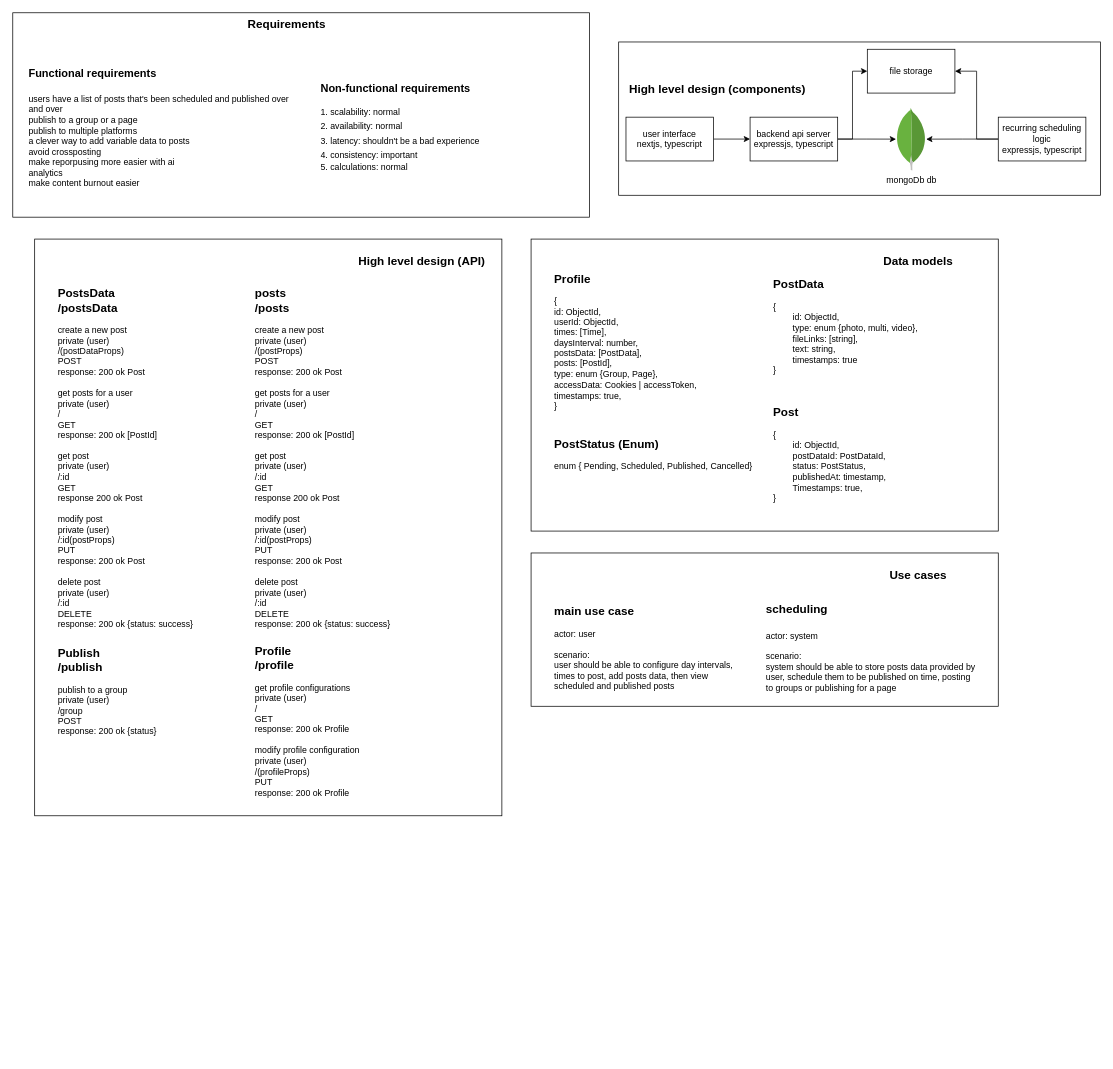
The draw.io diagram page "high-level" (1 of 3) of auto-post.drawio in ahmed-elbehairy7/pamylka-system-design, before the edit. Source tidied: cells renumbered, new cells numbered last; positions are measured from the earlier drawing's top-left corner, leaving out a move shared by most shapes. Both pictures are drawn from the tidied source at 73%, with x=0, y=0 at pixel (12, 12).
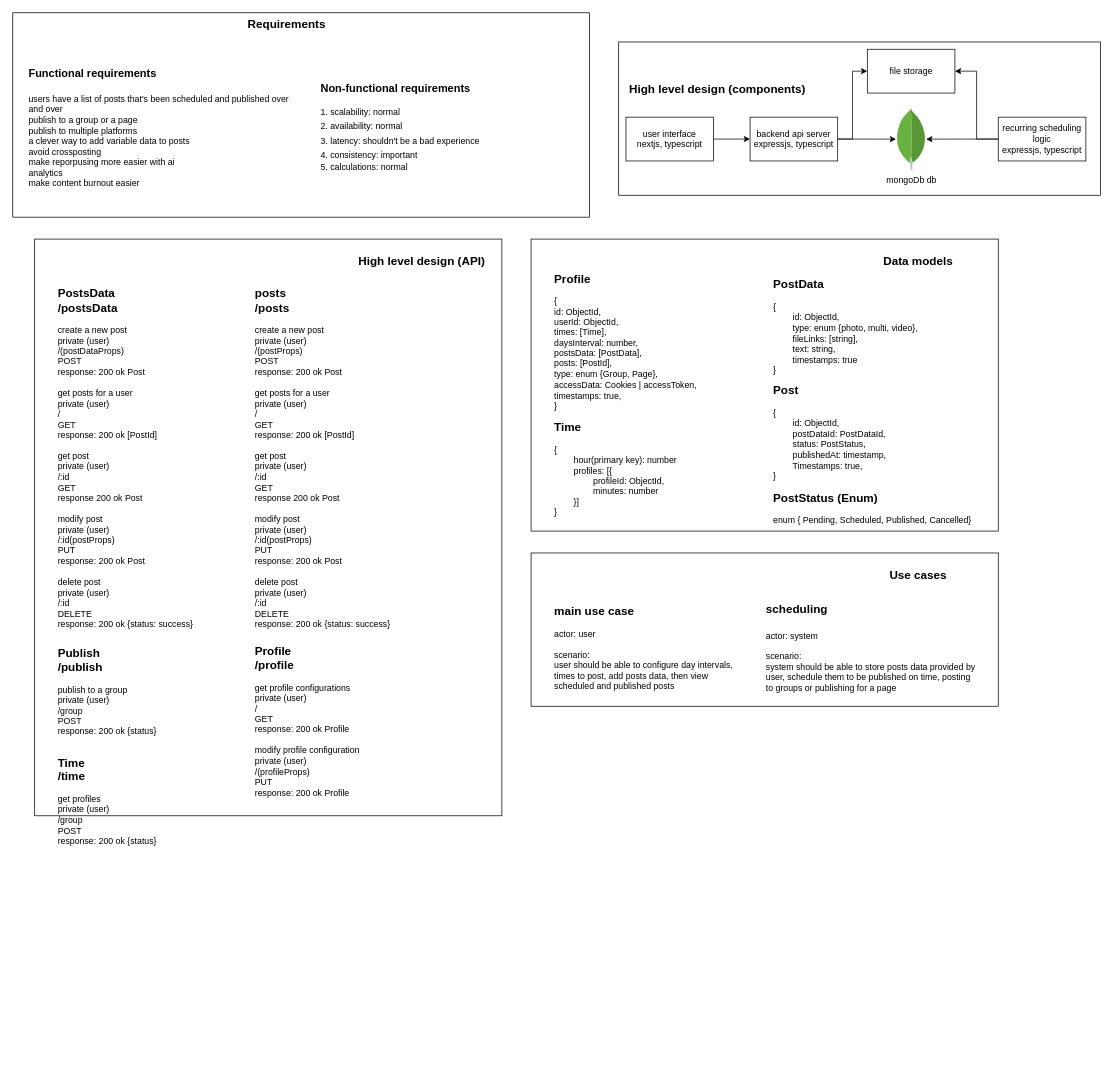
Above is the later version.

The change refers to these unchanged cells:
```xml
<mxCell id="15" style="group;" parent="1" vertex="1">
  <mxGeometry x="30" y="310" width="640" height="1120" as="geometry" />
</mxCell>
<mxCell id="32" style="group;" parent="1" vertex="1">
  <mxGeometry x="710" y="310" width="640" height="400" as="geometry" />
</mxCell>
```

What changed in the source:
```diff
@@
+    <mxCell id="39" value="&lt;div&gt;&lt;b style=&quot;font-size: 16px; background-color: transparent; color: light-dark(rgb(0, 0, 0), rgb(255, 255, 255));&quot;&gt;Time&lt;/b&gt;&lt;/div&gt;&lt;div&gt;&lt;b style=&quot;font-size: 16px; background-color: transparent; color: light-dark(rgb(0, 0, 0), rgb(255, 255, 255));&quot;&gt;/time&lt;/b&gt;&lt;/div&gt;&lt;div&gt;&lt;br&gt;&lt;/div&gt;&lt;div&gt;get profiles&amp;nbsp;&lt;/div&gt;&lt;div&gt;&lt;span style=&quot;background-color: transparent; color: light-dark(rgb(0, 0, 0), rgb(255, 255, 255));&quot;&gt;private (user)&lt;/span&gt;&lt;/div&gt;&lt;div&gt;/group&lt;/div&gt;&lt;div&gt;POST&lt;/div&gt;&lt;div&gt;response: 200 ok {status}&lt;/div&gt;" style="text;html=1;align=left;verticalAlign=middle;strokeColor=none;fillColor=none;" parent="15" vertex="1">
+      <mxGeometry x="30" y="700" width="160" height="140" as="geometry" />
+    </mxCell>
@@
     <mxCell id="37" value="&lt;div&gt;&lt;span style=&quot;font-size: 16px;&quot;&gt;&lt;b&gt;Post&lt;/b&gt;&lt;/span&gt;&lt;/div&gt;&lt;div&gt;&lt;br&gt;&lt;/div&gt;&lt;div&gt;{&lt;/div&gt;&lt;div&gt;&lt;span style=&quot;white-space: pre;&quot;&gt;&#9;&lt;/span&gt;id: ObjectId,&lt;/div&gt;&lt;div&gt;&lt;span style=&quot;white-space: pre;&quot;&gt;&#9;&lt;/span&gt;postDataId: PostDataId,&lt;br&gt;&lt;/div&gt;&lt;div&gt;&lt;span style=&quot;white-space: pre;&quot;&gt;&#9;&lt;/span&gt;status: PostStatus,&lt;/div&gt;&lt;div&gt;&lt;span style=&quot;white-space: pre;&quot;&gt;&#9;&lt;/span&gt;publishedAt: timestamp,&lt;br&gt;&lt;/div&gt;&lt;div&gt;&lt;span style=&quot;background-color: transparent; color: light-dark(rgb(0, 0, 0), rgb(255, 255, 255)); white-space-collapse: preserve;&quot;&gt;&lt;span style=&quot;white-space: pre;&quot;&gt;&#9;&lt;/span&gt;Timestamps: true,&lt;/span&gt;&lt;span style=&quot;background-color: transparent; color: light-dark(rgb(0, 0, 0), rgb(255, 255, 255)); white-space-collapse: preserve;&quot;&gt;&#9;&lt;/span&gt;&lt;span style=&quot;background-color: transparent; color: light-dark(rgb(0, 0, 0), rgb(255, 255, 255)); white-space-collapse: preserve;&quot;&gt;&#9;&lt;/span&gt;&lt;/div&gt;&lt;div&gt;}&lt;/div&gt;" style="text;html=1;align=left;verticalAlign=middle;strokeColor=none;fillColor=none;" parent="32" vertex="1">
-      <mxGeometry x="330" y="220" width="180" height="150" as="geometry" />
+      <mxGeometry x="330" y="190" width="180" height="150" as="geometry" />
     </mxCell>
     <mxCell id="38" value="&lt;div&gt;&lt;span style=&quot;font-size: 16px;&quot;&gt;&lt;b&gt;PostStatus (Enum)&lt;/b&gt;&lt;/span&gt;&lt;/div&gt;&lt;div&gt;&lt;span style=&quot;background-color: transparent; color: light-dark(rgb(0, 0, 0), rgb(255, 255, 255));&quot;&gt;&lt;br&gt;&lt;/span&gt;&lt;/div&gt;&lt;div&gt;&lt;span style=&quot;background-color: transparent; color: light-dark(rgb(0, 0, 0), rgb(255, 255, 255));&quot;&gt;enum { Pending, Scheduled, Published,&amp;nbsp;&lt;/span&gt;&lt;span style=&quot;background-color: transparent; color: light-dark(rgb(0, 0, 0), rgb(255, 255, 255));&quot;&gt;Cancelled}&lt;/span&gt;&lt;/div&gt;" style="text;html=1;align=left;verticalAlign=middle;strokeColor=none;fillColor=none;" parent="32" vertex="1">
-      <mxGeometry x="30" y="265" width="300" height="60" as="geometry" />
+      <mxGeometry x="330" y="338" width="300" height="60" as="geometry" />
     </mxCell>
+    <mxCell id="40" value="&lt;div&gt;&lt;span style=&quot;font-size: 16px;&quot;&gt;&lt;b&gt;Time&lt;/b&gt;&lt;/span&gt;&lt;/div&gt;&lt;div&gt;&lt;span style=&quot;background-color: transparent; color: light-dark(rgb(0, 0, 0), rgb(255, 255, 255));&quot;&gt;&lt;br&gt;&lt;/span&gt;&lt;/div&gt;&lt;div&gt;&lt;span style=&quot;background-color: transparent; color: light-dark(rgb(0, 0, 0), rgb(255, 255, 255));&quot;&gt;{&lt;/span&gt;&lt;/div&gt;&lt;div&gt;&lt;span style=&quot;background-color: transparent; color: light-dark(rgb(0, 0, 0), rgb(255, 255, 255));&quot;&gt;&lt;span style=&quot;white-space: pre;&quot;&gt;&#9;&lt;/span&gt;hour(primary key): number&lt;br&gt;&lt;/span&gt;&lt;/div&gt;&lt;div&gt;&lt;span style=&quot;background-color: transparent; color: light-dark(rgb(0, 0, 0), rgb(255, 255, 255)); white-space-collapse: preserve;&quot;&gt;&#9;&lt;/span&gt;&lt;span style=&quot;background-color: transparent; color: light-dark(rgb(0, 0, 0), rgb(255, 255, 255));&quot;&gt;profiles: [{&lt;/span&gt;&lt;/div&gt;&lt;div&gt;&lt;span style=&quot;background-color: transparent; color: light-dark(rgb(0, 0, 0), rgb(255, 255, 255));&quot;&gt;&lt;span style=&quot;white-space: pre;&quot;&gt;&#9;&lt;/span&gt;&lt;span style=&quot;white-space: pre;&quot;&gt;&#9;&lt;/span&gt;profileId: ObjectId,&lt;br&gt;&lt;/span&gt;&lt;/div&gt;&lt;div&gt;&lt;span style=&quot;background-color: transparent; color: light-dark(rgb(0, 0, 0), rgb(255, 255, 255));&quot;&gt;&lt;span style=&quot;white-space: pre;&quot;&gt;&#9;&lt;/span&gt;&lt;span style=&quot;white-space: pre;&quot;&gt;&#9;&lt;/span&gt;minutes: number&lt;br&gt;&lt;/span&gt;&lt;/div&gt;&lt;div&gt;&lt;span style=&quot;background-color: transparent; color: light-dark(rgb(0, 0, 0), rgb(255, 255, 255));&quot;&gt;&lt;span style=&quot;white-space: pre;&quot;&gt;&#9;&lt;/span&gt;}]&lt;br&gt;&lt;/span&gt;&lt;/div&gt;&lt;div&gt;&lt;/div&gt;&lt;div&gt;&lt;/div&gt;&lt;div&gt;&lt;span style=&quot;background-color: transparent; color: light-dark(rgb(0, 0, 0), rgb(255, 255, 255));&quot;&gt;}&lt;/span&gt;&lt;/div&gt;" style="text;html=1;align=left;verticalAlign=middle;strokeColor=none;fillColor=none;" parent="32" vertex="1">
+      <mxGeometry x="30" y="240" width="190" height="150" as="geometry" />
+    </mxCell>
```
